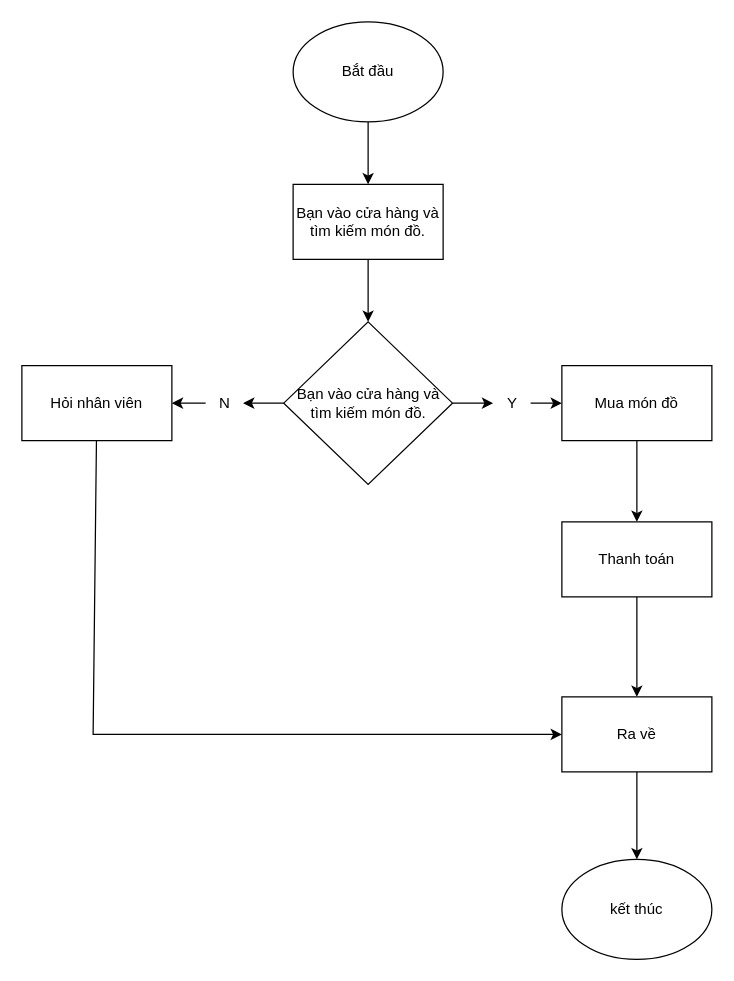
This is 2.drawio from nhuquynh207/nguyennhuquynh_B25DTCN257_it108_session4_btvn, a draw.io file, before an edit. Source tidied: cells renumbered, new cells numbered last; positions are measured from the earlier drawing's top-left corner, leaving out a move shared by most shapes. Both pictures are drawn from the tidied source at 125%, with x=0, y=0 at pixel (21, 21).
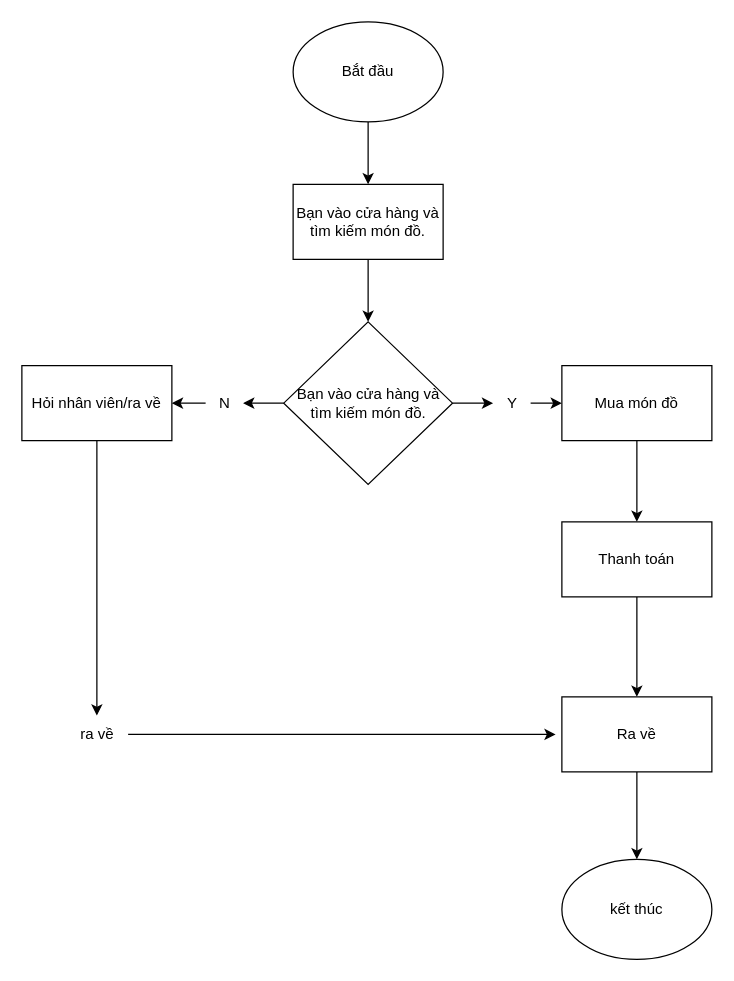
Above is the later version.

Commit message:
Cập nhật 2.drawio

The change refers to these unchanged cells:
```xml
<mxCell id="18" value="Ra về" style="whiteSpace=wrap;html=1;" parent="1" vertex="1">
  <mxGeometry x="432" y="540" width="120" height="60" as="geometry" />
</mxCell>
```

What changed in the source:
```diff
@@
-    <mxCell id="11" value="Hỏi nhân viên" style="whiteSpace=wrap;html=1;" parent="1" vertex="1">
+    <mxCell id="11" value="Hỏi nhân viên/ra về" style="whiteSpace=wrap;html=1;" parent="1" vertex="1">
       <mxGeometry y="275" width="120" height="60" as="geometry" />
     </mxCell>
@@
-    <mxCell id="19" style="endArrow=classic;html=1;rounded=0;" parent="1" edge="1" source="11" target="18">
-      <mxGeometry relative="1" as="geometry">
-        <Array as="points">
-          <mxPoint x="57" y="570" />
-        </Array>
-      </mxGeometry>
-    </mxCell>
@@
+    <mxCell id="22" style="endArrow=classic;html=1;rounded=0;" parent="1" edge="1" source="24">
+      <mxGeometry relative="1" as="geometry">
+        <mxPoint x="427" y="570" as="targetPoint" />
+      </mxGeometry>
+    </mxCell>
+    <mxCell id="23" style="endArrow=classic;html=1;rounded=0;" parent="1" edge="1" source="11" target="24">
+      <mxGeometry relative="1" as="geometry" />
+    </mxCell>
+    <mxCell id="24" value="ra về" style="text;html=1;align=center;verticalAlign=middle;points=[];strokeColor=none;fillColor=none;" parent="1" vertex="1">
+      <mxGeometry x="35" y="555" width="50" height="30" as="geometry" />
+    </mxCell>
```
